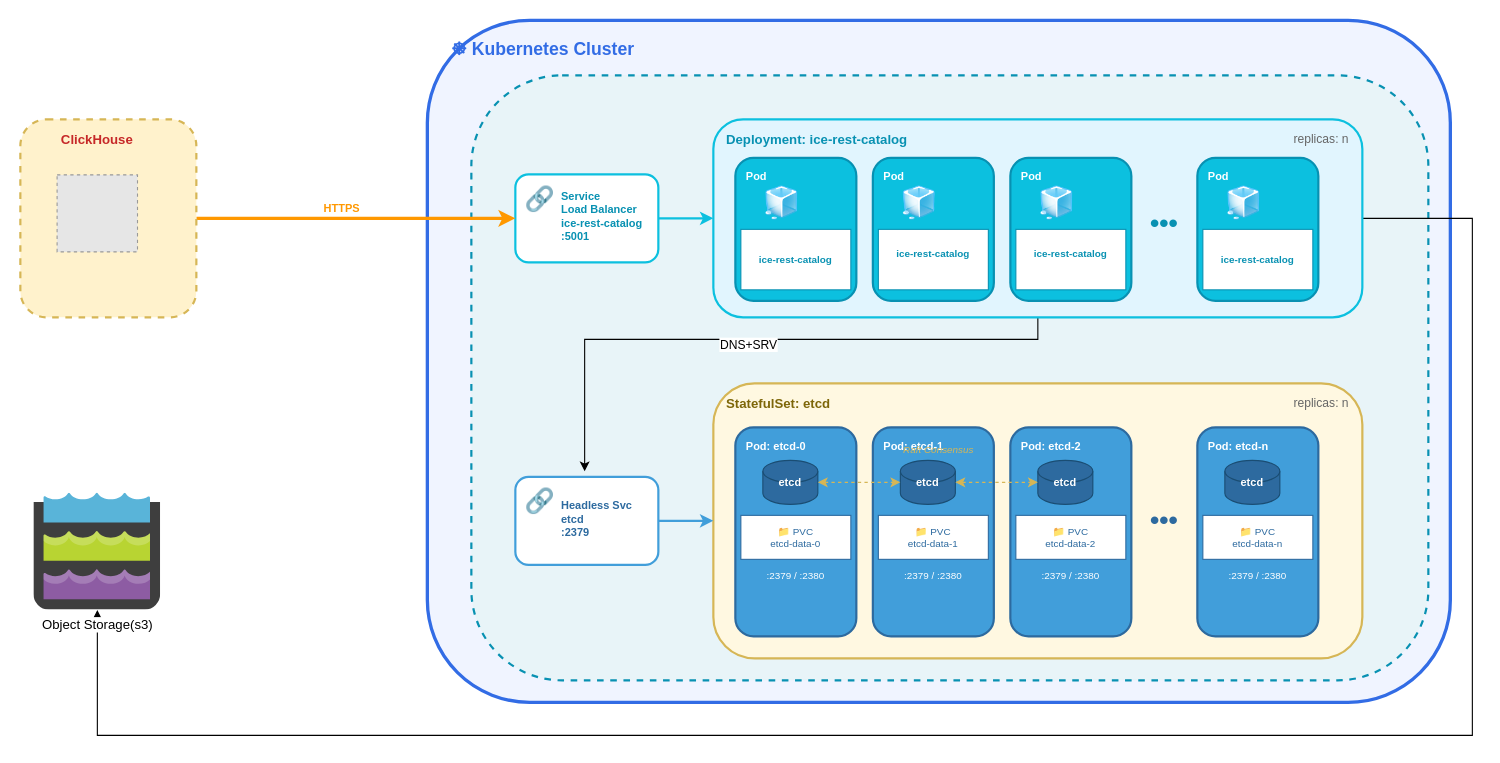
This is doc/ice-rest-catalog-architecture.drawio from Altinity/ice, a draw.io file, before an edit. Source tidied: cells renumbered, new cells numbered last; positions are measured from the earlier drawing's top-left corner, leaving out a move shared by most shapes. Both pictures are drawn from the tidied source at 110%, with x=0, y=0 at pixel (20, 20). Pictures stored in the file or linked from it are replaced by grey dashed boxes.
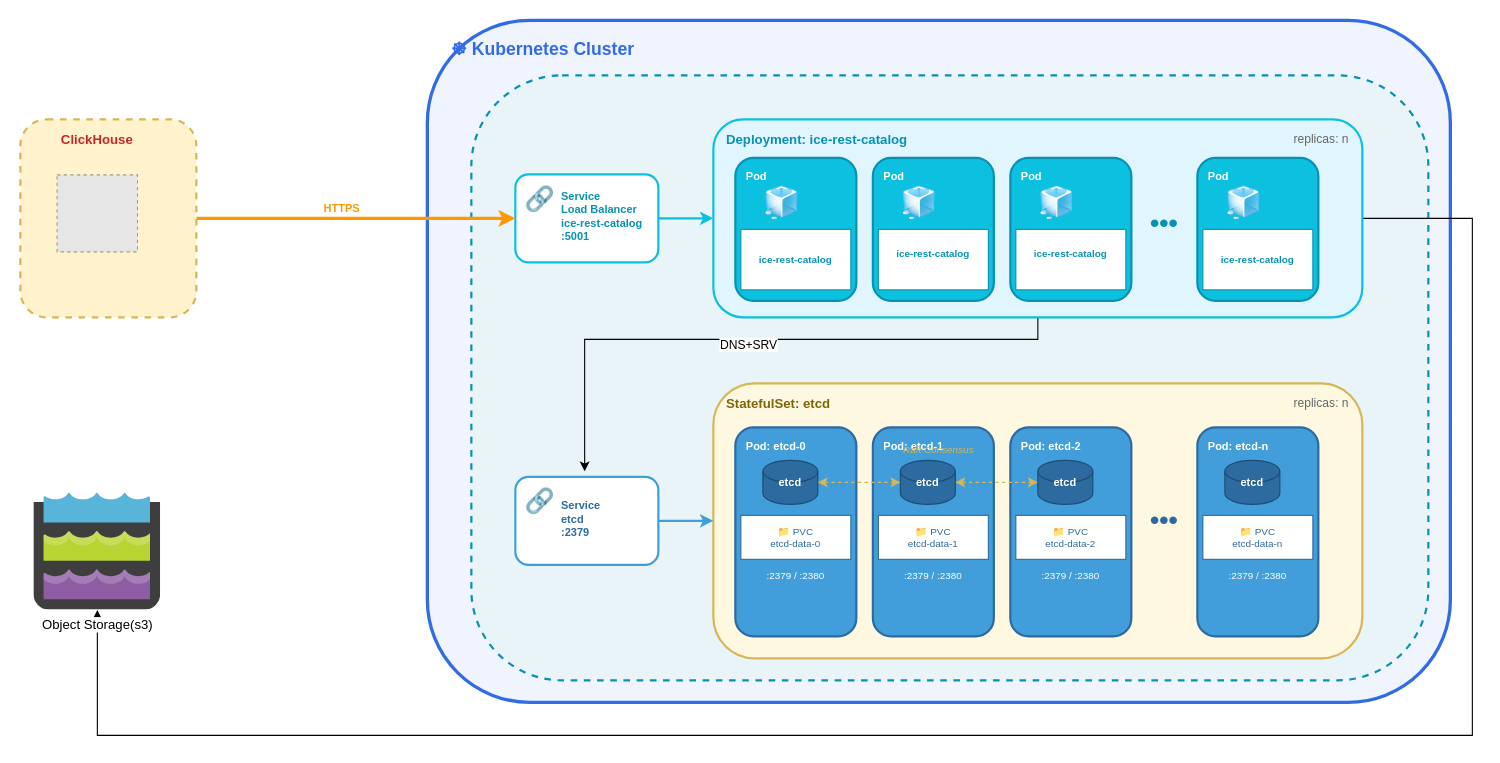
The same diagram, later.

Commit message (it also covers changes not shown here):
Removed service and linked documentation to the examples/eks folder.

Change to the diagram source:
```diff
@@
-    <mxCell id="67" value="Headless Svc&#10;etcd&#10;:2379" style="text;html=1;strokeColor=none;fillColor=none;align=left;verticalAlign=middle;whiteSpace=wrap;rounded=0;fontSize=10;fontColor=#2D6A9F;fontStyle=1;" parent="1" vertex="1">
+    <mxCell id="67" value="Service&lt;br&gt;etcd&lt;br&gt;:2379" style="text;html=1;strokeColor=none;fillColor=none;align=left;verticalAlign=middle;whiteSpace=wrap;rounded=0;fontSize=10;fontColor=#2D6A9F;fontStyle=1;" parent="1" vertex="1">
       <mxGeometry x="490" y="420" width="90" height="65" as="geometry" />
     </mxCell>
```
